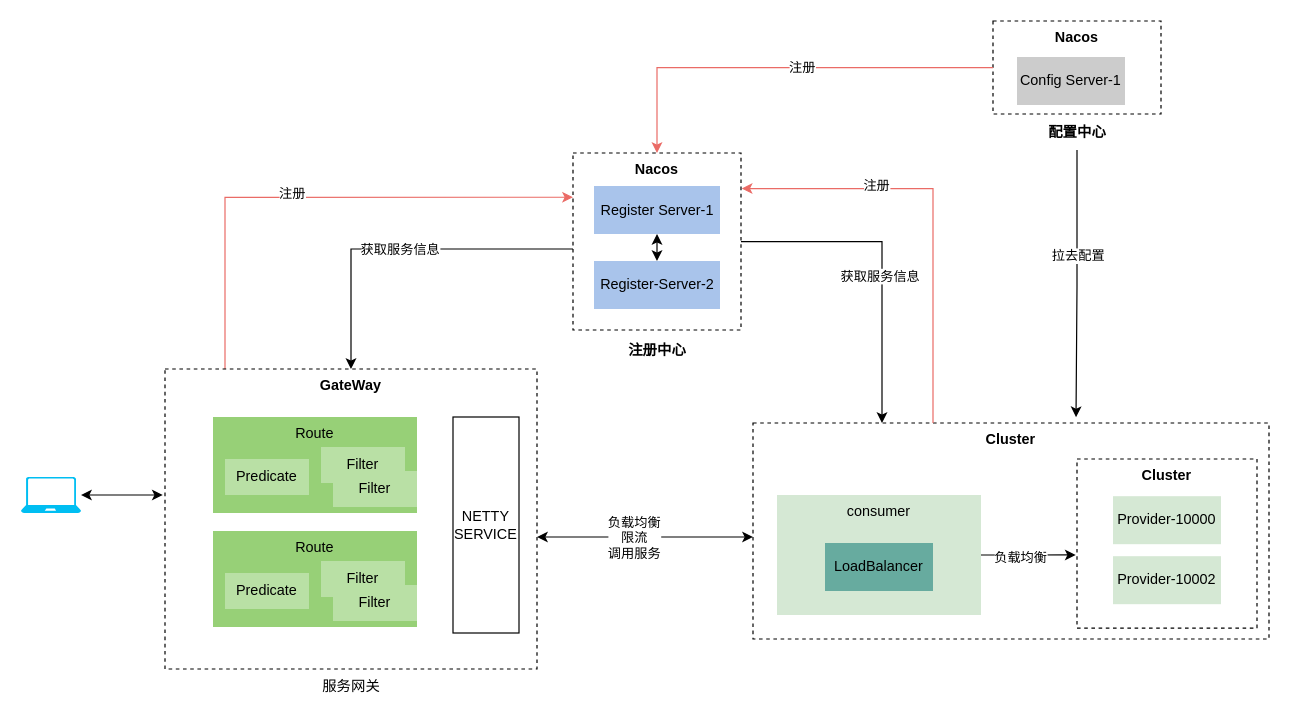
Above: asserts/架构图.drawio in RainbowJier/SpringCloud (draw.io), before the change. Source tidied: cells renumbered, new cells numbered last; positions are measured from the earlier drawing's top-left corner, leaving out a move shared by most shapes. Both pictures are drawn from the tidied source at 120%, with x=0, y=0 at pixel (20, 20).
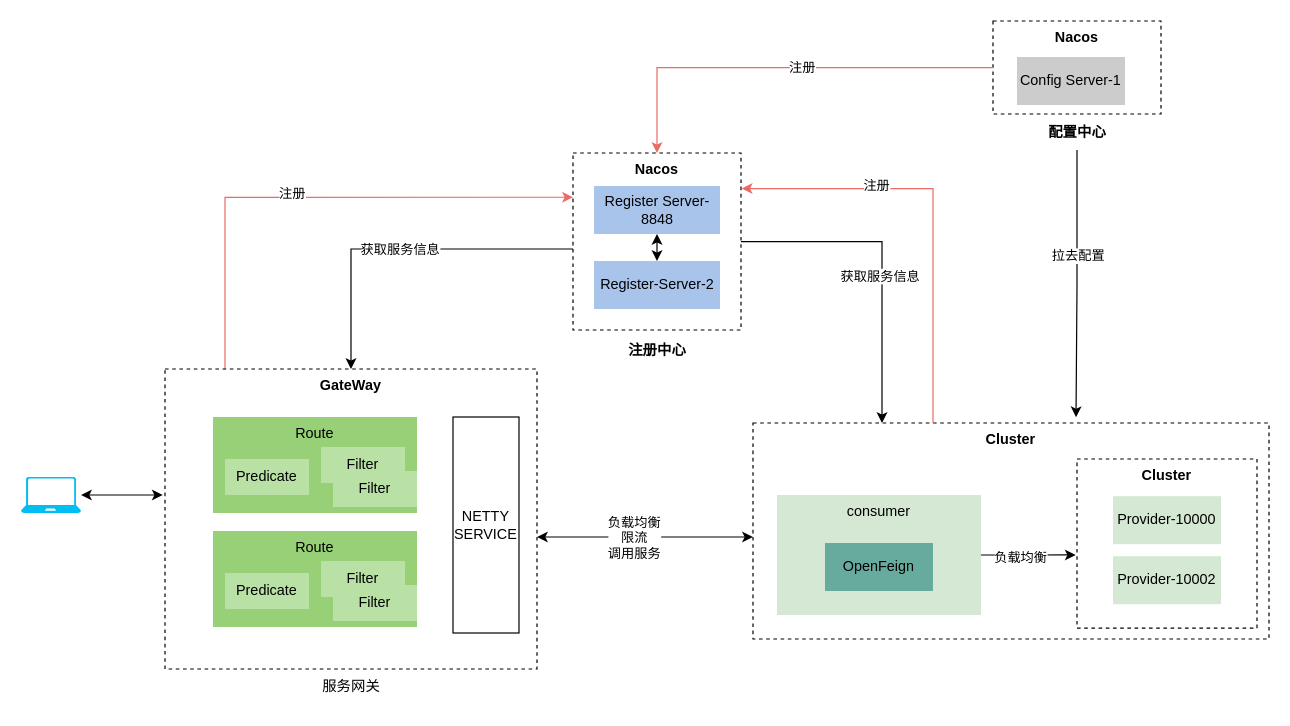
Above is the later version.

Commit message:
更新架构图.drawio

Unchanged cells that the change refers to:
```xml
<mxCell id="11" style="group;" parent="1" vertex="1">
  <mxGeometry x="460" y="110" width="140" height="147.5" as="geometry" />
</mxCell>
<mxCell id="32" style="group;" parent="30" vertex="1">
  <mxGeometry x="20" y="60" width="170" height="100" as="geometry" />
</mxCell>
```

Change to the diagram source:
```diff
@@
-    <mxCell id="14" value="Register Server-1" style="rounded=0;whiteSpace=wrap;html=1;fillColor=#A9C4EB;strokeColor=none;" parent="11" vertex="1">
+    <mxCell id="14" value="Register Server-8848" style="rounded=0;whiteSpace=wrap;html=1;fillColor=#A9C4EB;strokeColor=none;" parent="11" vertex="1">
       <mxGeometry x="17.5" y="27.5" width="105" height="40" as="geometry" />
     </mxCell>
@@
-    <mxCell id="34" value="LoadBalancer" style="rounded=0;whiteSpace=wrap;html=1;fillColor=#67AB9F;strokeColor=none;" parent="32" vertex="1">
+    <mxCell id="34" value="OpenFeign" style="rounded=0;whiteSpace=wrap;html=1;fillColor=#67AB9F;strokeColor=none;" parent="32" vertex="1">
       <mxGeometry x="40" y="40" width="90" height="40" as="geometry" />
     </mxCell>
```
